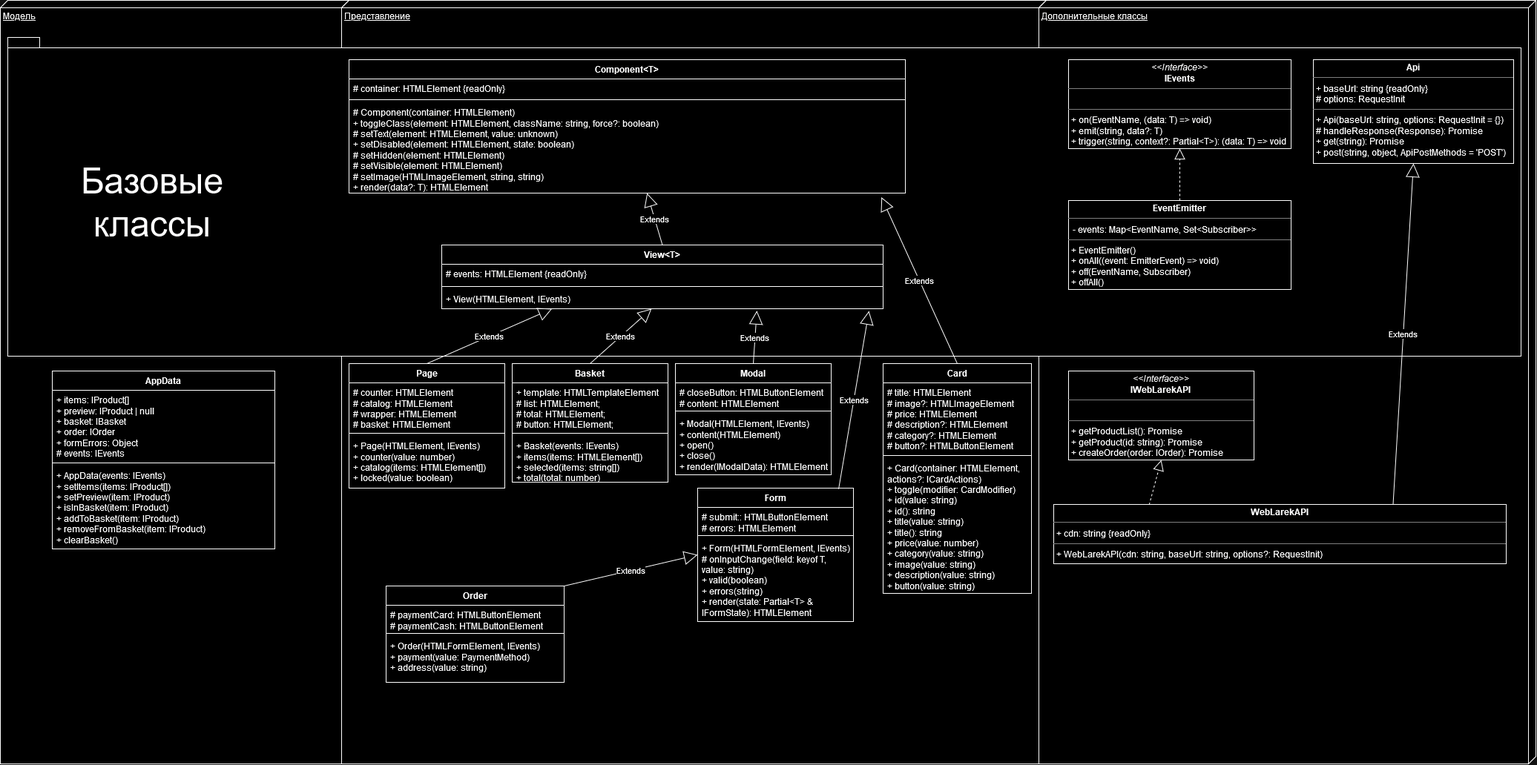
Above: web-larek.drawio.png in Estisui/web-larek-frontend (draw.io), before the change. Source tidied: cells renumbered, new cells last; positions are measured from the earlier drawing's top-left corner, leaving out a move shared by most shapes.
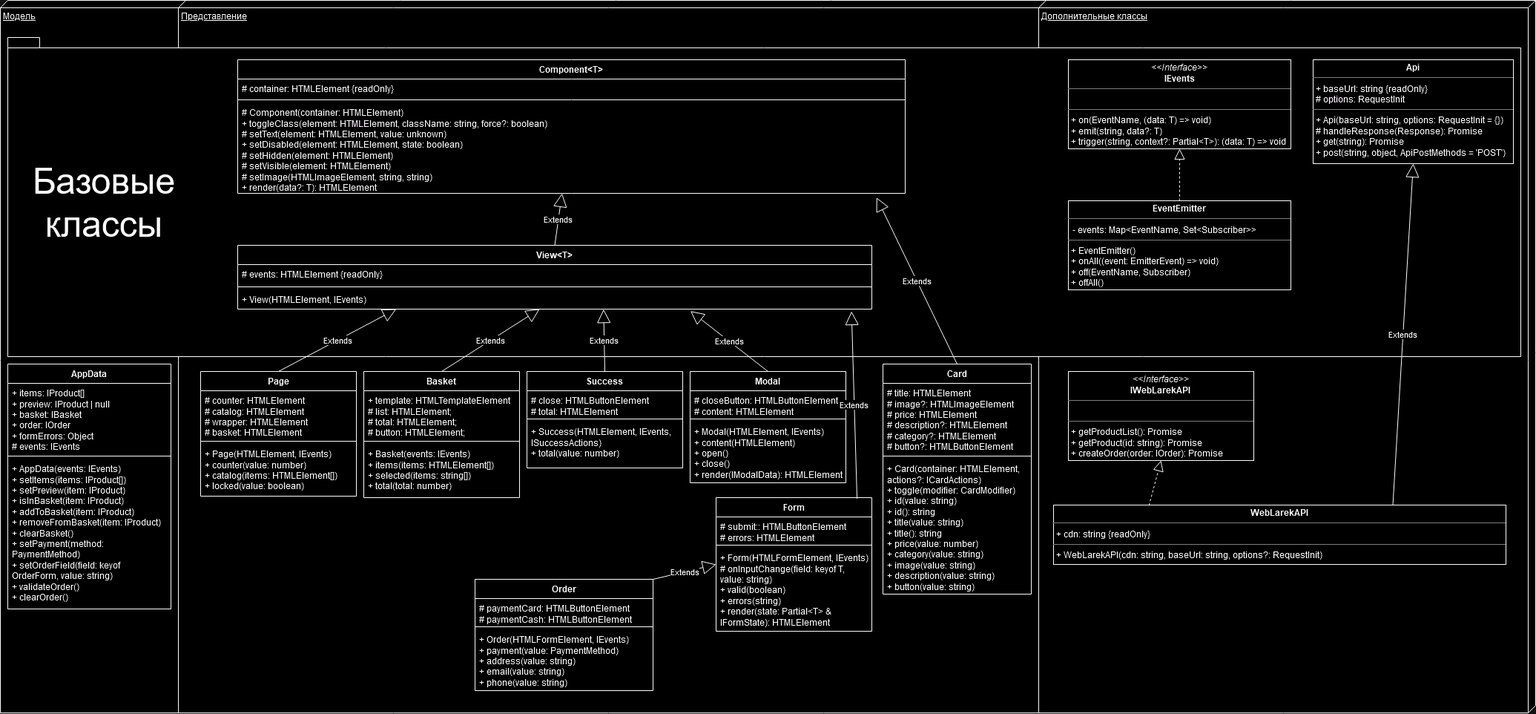
Above is the later version.

Commit message:
feat: add success component + functionality

The edit, as a diff of the source:
```diff
@@ -3,31 +3,31 @@
     <mxCell id="0" />
     <mxCell id="1" parent="0" />
     <mxCell id="2" value="Модель" style="verticalAlign=top;align=left;spacingTop=8;spacingLeft=2;spacingRight=12;shape=cube;size=10;direction=south;fontStyle=4;html=1;whiteSpace=wrap;" parent="1" vertex="1">
-      <mxGeometry width="470" height="1030" as="geometry" />
+      <mxGeometry width="470" height="960" as="geometry" />
     </mxCell>
     <mxCell id="3" value="AppData" style="swimlane;fontStyle=1;align=center;verticalAlign=top;horizontal=1;startSize=26;whiteSpace=wrap;html=1;" parent="1" vertex="1">
-      <mxGeometry x="70" y="500" width="300" height="240" as="geometry" />
+      <mxGeometry x="10" y="490" width="220" height="330" as="geometry" />
     </mxCell>
     <mxCell id="4" value="+ items: IProduct[]&lt;br&gt;+&amp;nbsp;preview: IProduct | null&lt;br&gt;+ basket: IBasket&lt;br&gt;+&amp;nbsp;order: IOrder&lt;br&gt;+&amp;nbsp;formErrors: Object&lt;br&gt;# events: IEvents" style="text;strokeColor=none;fillColor=none;align=left;verticalAlign=top;spacingLeft=4;spacingRight=4;overflow=hidden;whiteSpace=wrap;html=1;" parent="3" vertex="1">
-      <mxGeometry y="26" width="300" height="94" as="geometry" />
+      <mxGeometry y="26" width="220" height="94" as="geometry" />
     </mxCell>
     <mxCell id="5" style="line;strokeWidth=1;fillColor=none;align=left;verticalAlign=middle;spacingTop=-1;spacingLeft=3;spacingRight=3;labelPosition=right;strokeColor=inherit;" parent="3" vertex="1">
-      <mxGeometry y="120" width="300" height="8" as="geometry" />
+      <mxGeometry y="120" width="220" height="8" as="geometry" />
     </mxCell>
-    <mxCell id="6" value="+ AppData(events: IEvents)&lt;br&gt;+&amp;nbsp;setItems(items: IProduct[])&lt;br&gt;&lt;div&gt;+&amp;nbsp;setPreview(item: IProduct)&lt;/div&gt;&lt;div&gt;+ isInBasket(item: IProduct)&lt;/div&gt;&lt;div&gt;+ addToBasket(item: IProduct)&lt;/div&gt;&lt;div&gt;+ removeFromBasket(item: IProduct)&lt;br&gt;&lt;/div&gt;+ clearBasket()" style="text;strokeColor=none;fillColor=none;align=left;verticalAlign=top;spacingLeft=4;spacingRight=4;overflow=hidden;whiteSpace=wrap;html=1;" parent="3" vertex="1">
-      <mxGeometry y="128" width="300" height="112" as="geometry" />
+    <mxCell id="6" value="+ AppData(events: IEvents)&lt;br&gt;+&amp;nbsp;setItems(items: IProduct[])&lt;br&gt;&lt;div&gt;+&amp;nbsp;setPreview(item: IProduct)&lt;/div&gt;&lt;div&gt;+ isInBasket(item: IProduct)&lt;/div&gt;&lt;div&gt;+ addToBasket(item: IProduct)&lt;/div&gt;&lt;div&gt;+ removeFromBasket(item: IProduct)&lt;br&gt;&lt;/div&gt;&lt;div&gt;+ clearBasket()&lt;/div&gt;&lt;div&gt;+ setPayment(method: PaymentMethod)&lt;/div&gt;&lt;div&gt;+ setOrderField(field: keyof OrderForm, value: string)&lt;/div&gt;&lt;div&gt;+ validateOrder()&lt;/div&gt;&lt;div&gt;+ clearOrder()&lt;br&gt;&lt;/div&gt;&lt;div&gt;&lt;br&gt;&lt;/div&gt;" style="text;strokeColor=none;fillColor=none;align=left;verticalAlign=top;spacingLeft=4;spacingRight=4;overflow=hidden;whiteSpace=wrap;html=1;" parent="3" vertex="1">
+      <mxGeometry y="128" width="220" height="202" as="geometry" />
     </mxCell>
     <mxCell id="7" value="Представление" style="verticalAlign=top;align=left;spacingTop=8;spacingLeft=2;spacingRight=12;shape=cube;size=10;direction=south;fontStyle=4;html=1;whiteSpace=wrap;" parent="1" vertex="1">
-      <mxGeometry x="460" width="950" height="1030" as="geometry" />
+      <mxGeometry x="240" width="1170" height="960" as="geometry" />
     </mxCell>
     <mxCell id="8" value="Дополнительные классы" style="verticalAlign=top;align=left;spacingTop=8;spacingLeft=2;spacingRight=12;shape=cube;size=10;direction=south;fontStyle=4;html=1;whiteSpace=wrap;" parent="1" vertex="1">
-      <mxGeometry x="1400" width="670" height="1030" as="geometry" />
+      <mxGeometry x="1400" width="670" height="960" as="geometry" />
     </mxCell>
     <mxCell id="9" style="shape=folder;fontStyle=1;spacingTop=10;tabWidth=40;tabHeight=14;tabPosition=left;html=1;whiteSpace=wrap;" parent="1" vertex="1">
       <mxGeometry x="10" y="50" width="2040" height="430" as="geometry" />
     </mxCell>
     <mxCell id="10" value="&lt;font style=&quot;font-size: 48px;&quot;&gt;Базовые классы&lt;/font&gt;" style="text;html=1;align=center;verticalAlign=middle;whiteSpace=wrap;rounded=0;" parent="1" vertex="1">
-      <mxGeometry x="50" y="170" width="310" height="205" as="geometry" />
+      <mxGeometry x="30" y="170" width="220" height="205" as="geometry" />
     </mxCell>
     <mxCell id="11" value="&lt;p style=&quot;margin:0px;margin-top:4px;text-align:center;&quot;&gt;&lt;b&gt;Api&lt;/b&gt;&lt;/p&gt;&lt;hr size=&quot;1&quot;&gt;&lt;p style=&quot;margin:0px;margin-left:4px;&quot;&gt;+ baseUrl: string {readOnly}&lt;/p&gt;&lt;p style=&quot;margin:0px;margin-left:4px;&quot;&gt;# options: RequestInit&lt;br&gt;&lt;/p&gt;&lt;hr size=&quot;1&quot;&gt;&lt;p style=&quot;margin:0px;margin-left:4px;&quot;&gt;+ Api(baseUrl: string, options: RequestInit = {})&lt;/p&gt;&lt;p style=&quot;margin:0px;margin-left:4px;&quot;&gt;# handleResponse(Response): Promise&lt;/p&gt;&lt;p style=&quot;margin:0px;margin-left:4px;&quot;&gt;+ get(string): Promise&lt;/p&gt;&lt;p style=&quot;margin:0px;margin-left:4px;&quot;&gt;+ post(string, object, ApiPostMethods = 'POST')&lt;br&gt;&lt;/p&gt;" style="verticalAlign=top;align=left;overflow=fill;fontSize=12;fontFamily=Helvetica;html=1;whiteSpace=wrap;" parent="1" vertex="1">
       <mxGeometry x="1770" y="80" width="270" height="140" as="geometry" />
@@ -51,28 +51,28 @@
       <mxGeometry relative="1" as="geometry" />
     </mxCell>
     <mxCell id="18" value="Component&amp;lt;T&amp;gt;" style="swimlane;fontStyle=1;align=center;verticalAlign=top;horizontal=1;startSize=26;whiteSpace=wrap;html=1;" parent="1" vertex="1">
-      <mxGeometry x="470" y="80" width="750" height="180" as="geometry" />
+      <mxGeometry x="320" y="80" width="900" height="180" as="geometry" />
     </mxCell>
     <mxCell id="19" value="# container: HTMLElement {readOnly}" style="text;strokeColor=none;fillColor=none;align=left;verticalAlign=top;spacingLeft=4;spacingRight=4;overflow=hidden;whiteSpace=wrap;html=1;" parent="18" vertex="1">
-      <mxGeometry y="26" width="750" height="24" as="geometry" />
+      <mxGeometry y="26" width="900" height="24" as="geometry" />
     </mxCell>
     <mxCell id="20" style="line;strokeWidth=1;fillColor=none;align=left;verticalAlign=middle;spacingTop=-1;spacingLeft=3;spacingRight=3;labelPosition=right;strokeColor=inherit;" parent="18" vertex="1">
-      <mxGeometry y="50" width="750" height="8" as="geometry" />
+      <mxGeometry y="50" width="900" height="8" as="geometry" />
     </mxCell>
     <mxCell id="21" value="# Component(container: HTMLElement)&lt;br style=&quot;border-color: var(--border-color); padding: 0px; margin: 0px;&quot;&gt;&lt;span style=&quot;&quot;&gt;+ toggleClass(element: HTMLElement, className: string, force?: boolean)&lt;/span&gt;&lt;br style=&quot;border-color: var(--border-color); padding: 0px; margin: 0px;&quot;&gt;&lt;div&gt;&lt;span style=&quot;&quot;&gt;#&amp;nbsp;setText(element: HTMLElement, value: unknown)&lt;/span&gt;&lt;/div&gt;&lt;div&gt;&lt;span style=&quot;&quot;&gt;+ setDisabled(element: HTMLElement, state: boolean)&lt;br&gt;&lt;/span&gt;&lt;/div&gt;&lt;div&gt;# setHidden(element: HTMLElement)&lt;/div&gt;&lt;div&gt;# setVisible(element: HTMLElement)&lt;br&gt;&lt;/div&gt;&lt;div&gt;&lt;span style=&quot;&quot;&gt;# setImage(HTMLImageElement,&lt;/span&gt;&lt;span style=&quot;&quot;&gt;&amp;nbsp;string, string)&lt;/span&gt;&lt;/div&gt;&lt;div&gt;&lt;span style=&quot;&quot;&gt;+ render(data?: T): HTMLElement&lt;/span&gt;&lt;/div&gt;" style="text;strokeColor=none;fillColor=none;align=left;verticalAlign=top;spacingLeft=4;spacingRight=4;overflow=hidden;points=[[0,0.5],[1,0.5]];portConstraint=eastwest;whiteSpace=wrap;html=1;" parent="18" vertex="1">
-      <mxGeometry y="58" width="750" height="122" as="geometry" />
+      <mxGeometry y="58" width="900" height="122" as="geometry" />
     </mxCell>
     <mxCell id="22" value="View&amp;lt;T&amp;gt;" style="swimlane;fontStyle=1;align=center;verticalAlign=top;horizontal=1;startSize=26;whiteSpace=wrap;html=1;" parent="1" vertex="1">
-      <mxGeometry x="595" y="330" width="595" height="86" as="geometry" />
+      <mxGeometry x="320" y="330" width="855" height="86" as="geometry" />
     </mxCell>
     <mxCell id="23" value="# events: HTMLElement {readOnly}" style="text;strokeColor=none;fillColor=none;align=left;verticalAlign=top;spacingLeft=4;spacingRight=4;overflow=hidden;whiteSpace=wrap;html=1;" parent="22" vertex="1">
-      <mxGeometry y="26" width="595" height="26" as="geometry" />
+      <mxGeometry y="26" width="855" height="26" as="geometry" />
     </mxCell>
     <mxCell id="24" style="line;strokeWidth=1;fillColor=none;align=left;verticalAlign=middle;spacingTop=-1;spacingLeft=3;spacingRight=3;labelPosition=right;strokeColor=inherit;" parent="22" vertex="1">
-      <mxGeometry y="52" width="595" height="8" as="geometry" />
+      <mxGeometry y="52" width="855" height="8" as="geometry" />
     </mxCell>
     <mxCell id="25" value="+&amp;nbsp;View(HTMLElement, IEvents)" style="text;strokeColor=none;fillColor=none;align=left;verticalAlign=top;spacingLeft=4;spacingRight=4;overflow=hidden;points=[[0,0.5],[1,0.5]];portConstraint=eastwest;whiteSpace=wrap;html=1;" parent="22" vertex="1">
-      <mxGeometry y="60" width="595" height="26" as="geometry" />
+      <mxGeometry y="60" width="855" height="26" as="geometry" />
     </mxCell>
     <mxCell id="26" value="Extends" style="endArrow=block;endSize=16;endFill=0;html=1;rounded=0;exitX=0.5;exitY=0;exitDx=0;exitDy=0;" parent="1" edge="1" source="22" target="18">
       <mxGeometry relative="1" as="geometry" />
@@ -93,7 +93,7 @@
       <mxGeometry relative="1" as="geometry" />
     </mxCell>
     <mxCell id="32" value="Page" style="swimlane;fontStyle=1;align=center;verticalAlign=top;horizontal=1;startSize=26;whiteSpace=wrap;html=1;" parent="1" vertex="1">
-      <mxGeometry x="470" y="490" width="210" height="168" as="geometry" />
+      <mxGeometry x="270" y="500" width="210" height="168" as="geometry" />
     </mxCell>
     <mxCell id="33" value="&lt;div&gt;# counter: HTMLElement&lt;/div&gt;&lt;div&gt;# catalog: HTMLElement&lt;/div&gt;&lt;div&gt;# wrapper: HTMLElement&lt;/div&gt;&lt;div&gt;# basket: HTMLElement&lt;/div&gt;" style="text;strokeColor=none;fillColor=none;align=left;verticalAlign=top;spacingLeft=4;spacingRight=4;overflow=hidden;whiteSpace=wrap;html=1;" parent="32" vertex="1">
       <mxGeometry y="26" width="210" height="64" as="geometry" />
@@ -105,7 +105,7 @@
       <mxGeometry y="98" width="210" height="70" as="geometry" />
     </mxCell>
     <mxCell id="36" value="Modal" style="swimlane;fontStyle=1;align=center;verticalAlign=top;horizontal=1;startSize=26;whiteSpace=wrap;html=1;" parent="1" vertex="1">
-      <mxGeometry x="910" y="490" width="210" height="150" as="geometry" />
+      <mxGeometry x="930" y="500" width="210" height="150" as="geometry" />
     </mxCell>
     <mxCell id="37" value="&lt;div&gt;# closeButton: HTMLButtonElement&lt;/div&gt;&lt;div&gt;# content: HTMLElement&lt;/div&gt;" style="text;strokeColor=none;fillColor=none;align=left;verticalAlign=top;spacingLeft=4;spacingRight=4;overflow=hidden;whiteSpace=wrap;html=1;" parent="36" vertex="1">
       <mxGeometry y="26" width="210" height="34" as="geometry" />
@@ -126,7 +126,7 @@
       <mxGeometry x="1420" y="680" width="610" height="80" as="geometry" />
     </mxCell>
     <mxCell id="43" value="Basket" style="swimlane;fontStyle=1;align=center;verticalAlign=top;horizontal=1;startSize=26;whiteSpace=wrap;html=1;" parent="1" vertex="1">
-      <mxGeometry x="690" y="490" width="210" height="160" as="geometry" />
+      <mxGeometry x="490" y="500" width="210" height="170" as="geometry" />
     </mxCell>
     <mxCell id="44" value="&lt;div&gt;+ template: HTMLTemplateElement&lt;/div&gt;&lt;div&gt;# list: HTMLElement;&lt;br&gt;# total: HTMLElement;&lt;br&gt;# button: HTMLElement;&lt;br&gt;&lt;/div&gt;" style="text;strokeColor=none;fillColor=none;align=left;verticalAlign=top;spacingLeft=4;spacingRight=4;overflow=hidden;whiteSpace=wrap;html=1;" parent="43" vertex="1">
       <mxGeometry y="26" width="210" height="64" as="geometry" />
@@ -135,13 +135,13 @@
       <mxGeometry y="90" width="210" height="8" as="geometry" />
     </mxCell>
     <mxCell id="46" value="&lt;div&gt;+ Basket(events: IEvents)&lt;br&gt;&lt;/div&gt;&lt;div&gt;+ items(items: HTMLElement[])&lt;/div&gt;&lt;div&gt;+ selected(items: string[])&lt;/div&gt;&lt;div&gt;+ total(total: number)&lt;br&gt;&lt;/div&gt;" style="text;strokeColor=none;fillColor=none;align=left;verticalAlign=top;spacingLeft=4;spacingRight=4;overflow=hidden;whiteSpace=wrap;html=1;" parent="43" vertex="1">
-      <mxGeometry y="98" width="210" height="62" as="geometry" />
+      <mxGeometry y="98" width="210" height="72" as="geometry" />
     </mxCell>
     <mxCell id="47" value="Extends" style="endArrow=block;endSize=16;endFill=0;html=1;rounded=0;exitX=0.5;exitY=0;exitDx=0;exitDy=0;" parent="1" edge="1" source="43" target="25">
       <mxGeometry relative="1" as="geometry" />
     </mxCell>
     <mxCell id="48" value="Form" style="swimlane;fontStyle=1;align=center;verticalAlign=top;horizontal=1;startSize=26;whiteSpace=wrap;html=1;" parent="1" vertex="1">
-      <mxGeometry x="940" y="658" width="210" height="180" as="geometry" />
+      <mxGeometry x="965" y="670" width="210" height="180" as="geometry" />
     </mxCell>
     <mxCell id="49" value="&lt;div&gt;# submit:: HTMLButtonElement&lt;br&gt;&lt;/div&gt;&lt;div&gt;# errors: HTMLElement&lt;br&gt;&lt;/div&gt;" style="text;strokeColor=none;fillColor=none;align=left;verticalAlign=top;spacingLeft=4;spacingRight=4;overflow=hidden;whiteSpace=wrap;html=1;" parent="48" vertex="1">
       <mxGeometry y="26" width="210" height="34" as="geometry" />
@@ -153,7 +153,7 @@
       <mxGeometry y="68" width="210" height="112" as="geometry" />
     </mxCell>
     <mxCell id="52" value="Order" style="swimlane;fontStyle=1;align=center;verticalAlign=top;horizontal=1;startSize=26;whiteSpace=wrap;html=1;" parent="1" vertex="1">
-      <mxGeometry x="520" y="790" width="240" height="130" as="geometry" />
+      <mxGeometry x="640" y="780" width="240" height="150" as="geometry" />
     </mxCell>
     <mxCell id="53" value="&lt;div&gt;# paymentCard: HTMLButtonElement&lt;/div&gt;&lt;div&gt;# paymentCash: HTMLButtonElement&lt;/div&gt;" style="text;strokeColor=none;fillColor=none;align=left;verticalAlign=top;spacingLeft=4;spacingRight=4;overflow=hidden;whiteSpace=wrap;html=1;" parent="52" vertex="1">
       <mxGeometry y="26" width="240" height="34" as="geometry" />
@@ -161,8 +161,8 @@
     <mxCell id="54" style="line;strokeWidth=1;fillColor=none;align=left;verticalAlign=middle;spacingTop=-1;spacingLeft=3;spacingRight=3;labelPosition=right;strokeColor=inherit;" parent="52" vertex="1">
       <mxGeometry y="60" width="240" height="8" as="geometry" />
     </mxCell>
-    <mxCell id="55" value="+ Order(HTMLFormElement, IEvents)&lt;br&gt;+&amp;nbsp;payment(value: PaymentMethod)&lt;br&gt;+&amp;nbsp;address(value: string)" style="text;strokeColor=none;fillColor=none;align=left;verticalAlign=top;spacingLeft=4;spacingRight=4;overflow=hidden;whiteSpace=wrap;html=1;" parent="52" vertex="1">
-      <mxGeometry y="68" width="240" height="62" as="geometry" />
+    <mxCell id="55" value="+ Order(HTMLFormElement, IEvents)&lt;br&gt;+&amp;nbsp;payment(value: PaymentMethod)&lt;br&gt;&lt;div&gt;+&amp;nbsp;address(value: string)&lt;/div&gt;&lt;div&gt;+ email(value: string)&lt;/div&gt;&lt;div&gt;+ phone(value: string)&lt;/div&gt;" style="text;strokeColor=none;fillColor=none;align=left;verticalAlign=top;spacingLeft=4;spacingRight=4;overflow=hidden;whiteSpace=wrap;html=1;" parent="52" vertex="1">
+      <mxGeometry y="68" width="240" height="82" as="geometry" />
     </mxCell>
     <mxCell id="56" value="Extends" style="endArrow=block;endSize=16;endFill=0;html=1;rounded=0;exitX=0.905;exitY=0.007;exitDx=0;exitDy=0;entryX=0.968;entryY=1.115;entryDx=0;entryDy=0;entryPerimeter=0;exitPerimeter=0;" parent="1" edge="1" source="48" target="25">
       <mxGeometry relative="1" as="geometry" />
@@ -170,5 +170,20 @@
     <mxCell id="57" value="Extends" style="endArrow=block;endSize=16;endFill=0;html=1;rounded=0;exitX=1;exitY=0;exitDx=0;exitDy=0;entryX=0;entryY=0.5;entryDx=0;entryDy=0;" parent="1" edge="1" source="52" target="48">
       <mxGeometry relative="1" as="geometry" />
     </mxCell>
+    <mxCell id="58" value="Success" style="swimlane;fontStyle=1;align=center;verticalAlign=top;horizontal=1;startSize=26;whiteSpace=wrap;html=1;" parent="1" vertex="1">
+      <mxGeometry x="710" y="500" width="210" height="130" as="geometry" />
+    </mxCell>
+    <mxCell id="59" value="&lt;div&gt;# close: HTMLButtonElement&lt;/div&gt;&lt;div&gt;# total: HTMLElement&lt;/div&gt;" style="text;strokeColor=none;fillColor=none;align=left;verticalAlign=top;spacingLeft=4;spacingRight=4;overflow=hidden;whiteSpace=wrap;html=1;" parent="58" vertex="1">
+      <mxGeometry y="26" width="210" height="34" as="geometry" />
+    </mxCell>
+    <mxCell id="60" style="line;strokeWidth=1;fillColor=none;align=left;verticalAlign=middle;spacingTop=-1;spacingLeft=3;spacingRight=3;labelPosition=right;strokeColor=inherit;" parent="58" vertex="1">
+      <mxGeometry y="60" width="210" height="8" as="geometry" />
+    </mxCell>
+    <mxCell id="61" value="+ Success(HTMLElement, IEvents, ISuccessActions)&lt;br&gt;+ total(value: number)" style="text;strokeColor=none;fillColor=none;align=left;verticalAlign=top;spacingLeft=4;spacingRight=4;overflow=hidden;whiteSpace=wrap;html=1;" parent="58" vertex="1">
+      <mxGeometry y="68" width="210" height="62" as="geometry" />
+    </mxCell>
+    <mxCell id="62" value="Extends" style="endArrow=block;endSize=16;endFill=0;html=1;rounded=0;exitX=0.5;exitY=0;exitDx=0;exitDy=0;entryX=0.577;entryY=1.007;entryDx=0;entryDy=0;entryPerimeter=0;" parent="1" edge="1" source="58" target="25">
+      <mxGeometry relative="1" as="geometry" />
+    </mxCell>
   </root>
 </mxGraphModel>
```
